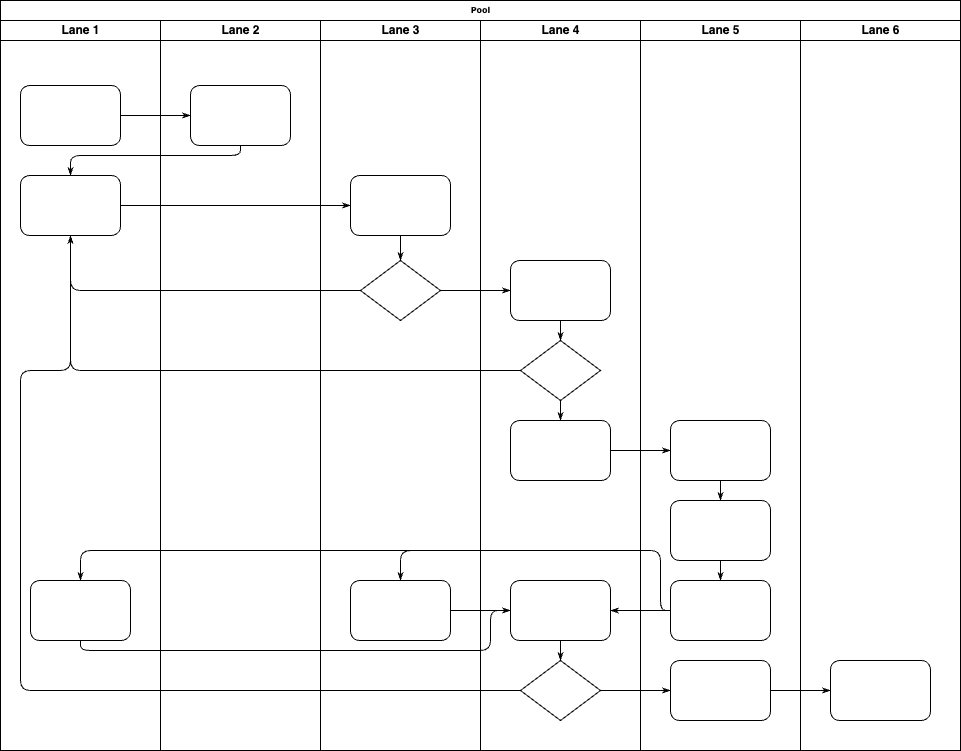
This is resources/images/Untitled Diagram.drawio.png from andrewjmack/coronary-disease-predictive-model, a draw.io export, as it was before one commit. Source tidied: cells renumbered, new cells last; positions are measured from the earlier drawing's top-left corner, leaving out a move shared by most shapes.
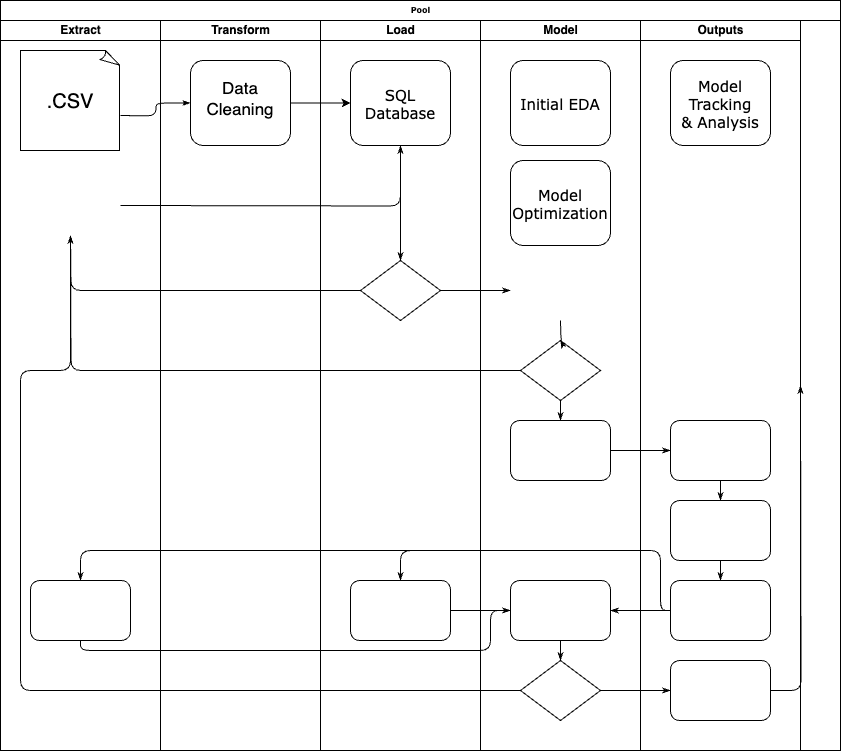
After the commit.

Diff of the diagram source:
```diff
@@ -3,42 +3,43 @@
     <mxCell id="0" />
     <mxCell id="1" parent="0" />
     <mxCell id="2" value="Pool" style="swimlane;html=1;startSize=20;rounded=0;shadow=0;labelBackgroundColor=none;strokeWidth=1;fontFamily=Verdana;fontSize=8;align=center;" parent="1" vertex="1">
-      <mxGeometry width="960" height="750" as="geometry" />
+      <mxGeometry width="840" height="750" as="geometry" />
     </mxCell>
-    <mxCell id="3" value="Lane 1" style="swimlane;html=1;startSize=20;" parent="2" vertex="1">
+    <mxCell id="3" value="Extract" style="swimlane;html=1;startSize=20;" parent="2" vertex="1">
       <mxGeometry y="20" width="160" height="730" as="geometry" />
     </mxCell>
-    <mxCell id="4" style="rounded=1;whiteSpace=wrap;html=1;shadow=0;labelBackgroundColor=none;strokeWidth=1;fontFamily=Verdana;fontSize=8;align=center;" parent="3" vertex="1">
-      <mxGeometry x="20" y="65" width="100" height="60" as="geometry" />
-    </mxCell>
-    <mxCell id="5" style="rounded=1;whiteSpace=wrap;html=1;shadow=0;labelBackgroundColor=none;strokeWidth=1;fontFamily=Verdana;fontSize=8;align=center;" parent="3" vertex="1">
-      <mxGeometry x="20" y="155" width="100" height="60" as="geometry" />
-    </mxCell>
     <mxCell id="6" style="rounded=1;whiteSpace=wrap;html=1;shadow=0;labelBackgroundColor=none;strokeWidth=1;fontFamily=Verdana;fontSize=8;align=center;" parent="3" vertex="1">
       <mxGeometry x="30" y="560" width="100" height="60" as="geometry" />
     </mxCell>
+    <mxCell id="47" style="whiteSpace=wrap;html=1;shape=mxgraph.basic.document;" parent="3" vertex="1">
+      <mxGeometry x="20" y="30" width="100" height="100" as="geometry" />
+    </mxCell>
+    <mxCell id="48" value="&lt;font style=&quot;font-size: 20px;&quot;&gt;.CSV&lt;/font&gt;" style="text;strokeColor=none;align=center;fillColor=none;html=1;verticalAlign=middle;whiteSpace=wrap;rounded=0;" parent="3" vertex="1">
+      <mxGeometry x="20" y="51" width="100" height="60" as="geometry" />
+    </mxCell>
-    <mxCell id="7" style="edgeStyle=orthogonalEdgeStyle;rounded=1;html=1;labelBackgroundColor=none;startArrow=none;startFill=0;startSize=5;endArrow=classicThin;endFill=1;endSize=5;jettySize=auto;strokeWidth=1;fontFamily=Verdana;fontSize=8;" parent="2" edge="1" source="4" target="23">
-      <mxGeometry relative="1" as="geometry" />
+    <mxCell id="7" style="edgeStyle=orthogonalEdgeStyle;rounded=1;html=1;labelBackgroundColor=none;startArrow=none;startFill=0;startSize=5;endArrow=classicThin;endFill=1;endSize=5;jettySize=auto;strokeWidth=1;fontFamily=Verdana;fontSize=8;" parent="2" edge="1" target="23">
+      <mxGeometry relative="1" as="geometry">
+        <mxPoint x="120" y="115" as="sourcePoint" />
+      </mxGeometry>
     </mxCell>
-    <mxCell id="8" style="edgeStyle=orthogonalEdgeStyle;rounded=1;html=1;labelBackgroundColor=none;startArrow=none;startFill=0;startSize=5;endArrow=classicThin;endFill=1;endSize=5;jettySize=auto;strokeWidth=1;fontFamily=Verdana;fontSize=8;" parent="2" edge="1" source="23" target="5">
-      <mxGeometry relative="1" as="geometry">
-        <Array as="points">
-          <mxPoint x="240" y="155" />
-          <mxPoint x="70" y="155" />
-        </Array>
-      </mxGeometry>
-    </mxCell>
-    <mxCell id="9" style="edgeStyle=orthogonalEdgeStyle;rounded=1;html=1;labelBackgroundColor=none;startArrow=none;startFill=0;startSize=5;endArrow=classicThin;endFill=1;endSize=5;jettySize=auto;strokeWidth=1;fontFamily=Verdana;fontSize=8;" parent="2" edge="1" source="5" target="25">
-      <mxGeometry relative="1" as="geometry" />
+    <mxCell id="9" style="edgeStyle=orthogonalEdgeStyle;rounded=1;html=1;labelBackgroundColor=none;startArrow=none;startFill=0;startSize=5;endArrow=classicThin;endFill=1;endSize=5;jettySize=auto;strokeWidth=1;fontFamily=Verdana;fontSize=8;" parent="2" edge="1" target="25">
+      <mxGeometry relative="1" as="geometry">
+        <mxPoint x="120" y="205" as="sourcePoint" />
+      </mxGeometry>
     </mxCell>
-    <mxCell id="10" style="edgeStyle=orthogonalEdgeStyle;rounded=1;html=1;labelBackgroundColor=none;startArrow=none;startFill=0;startSize=5;endArrow=classicThin;endFill=1;endSize=5;jettySize=auto;strokeWidth=1;fontFamily=Verdana;fontSize=8;" parent="2" edge="1" source="26" target="5">
-      <mxGeometry relative="1" as="geometry" />
+    <mxCell id="10" style="edgeStyle=orthogonalEdgeStyle;rounded=1;html=1;labelBackgroundColor=none;startArrow=none;startFill=0;startSize=5;endArrow=classicThin;endFill=1;endSize=5;jettySize=auto;strokeWidth=1;fontFamily=Verdana;fontSize=8;" parent="2" edge="1" source="26">
+      <mxGeometry relative="1" as="geometry">
+        <mxPoint x="70" y="235" as="targetPoint" />
+      </mxGeometry>
     </mxCell>
-    <mxCell id="11" style="edgeStyle=orthogonalEdgeStyle;rounded=1;html=1;labelBackgroundColor=none;startArrow=none;startFill=0;startSize=5;endArrow=classicThin;endFill=1;endSize=5;jettySize=auto;strokeWidth=1;fontFamily=Verdana;fontSize=8;" parent="2" edge="1" source="31" target="5">
-      <mxGeometry relative="1" as="geometry" />
+    <mxCell id="11" style="edgeStyle=orthogonalEdgeStyle;rounded=1;html=1;labelBackgroundColor=none;startArrow=none;startFill=0;startSize=5;endArrow=classicThin;endFill=1;endSize=5;jettySize=auto;strokeWidth=1;fontFamily=Verdana;fontSize=8;" parent="2" edge="1" source="31">
+      <mxGeometry relative="1" as="geometry">
+        <mxPoint x="70" y="235" as="targetPoint" />
+      </mxGeometry>
     </mxCell>
-    <mxCell id="12" style="edgeStyle=orthogonalEdgeStyle;rounded=1;html=1;labelBackgroundColor=none;startArrow=none;startFill=0;startSize=5;endArrow=classicThin;endFill=1;endSize=5;jettySize=auto;strokeWidth=1;fontFamily=Verdana;fontSize=8;" parent="2" edge="1" source="34" target="5">
+    <mxCell id="12" style="edgeStyle=orthogonalEdgeStyle;rounded=1;html=1;labelBackgroundColor=none;startArrow=none;startFill=0;startSize=5;endArrow=classicThin;endFill=1;endSize=5;jettySize=auto;strokeWidth=1;fontFamily=Verdana;fontSize=8;" parent="2" edge="1" source="34">
       <mxGeometry relative="1" as="geometry">
+        <mxPoint x="70" y="235" as="targetPoint" />
         <Array as="points">
           <mxPoint x="20" y="690" />
           <mxPoint x="20" y="370" />
@@ -46,14 +47,18 @@
         </Array>
       </mxGeometry>
     </mxCell>
-    <mxCell id="13" style="edgeStyle=orthogonalEdgeStyle;rounded=1;html=1;labelBackgroundColor=none;startArrow=none;startFill=0;startSize=5;endArrow=classicThin;endFill=1;endSize=5;jettySize=auto;strokeWidth=1;fontFamily=Verdana;fontSize=8;" parent="2" edge="1" source="26" target="30">
-      <mxGeometry relative="1" as="geometry" />
+    <mxCell id="13" style="edgeStyle=orthogonalEdgeStyle;rounded=1;html=1;labelBackgroundColor=none;startArrow=none;startFill=0;startSize=5;endArrow=classicThin;endFill=1;endSize=5;jettySize=auto;strokeWidth=1;fontFamily=Verdana;fontSize=8;" parent="2" edge="1" source="26">
+      <mxGeometry relative="1" as="geometry">
+        <mxPoint x="510" y="290" as="targetPoint" />
+      </mxGeometry>
     </mxCell>
     <mxCell id="14" style="edgeStyle=orthogonalEdgeStyle;rounded=1;html=1;labelBackgroundColor=none;startArrow=none;startFill=0;startSize=5;endArrow=classicThin;endFill=1;endSize=5;jettySize=auto;strokeWidth=1;fontFamily=Verdana;fontSize=8;" parent="2" edge="1" source="34" target="42">
       <mxGeometry relative="1" as="geometry" />
     </mxCell>
-    <mxCell id="15" style="edgeStyle=orthogonalEdgeStyle;rounded=1;html=1;labelBackgroundColor=none;startArrow=none;startFill=0;startSize=5;endArrow=classicThin;endFill=1;endSize=5;jettySize=auto;strokeWidth=1;fontFamily=Verdana;fontSize=8;" parent="2" edge="1" source="42" target="46">
-      <mxGeometry relative="1" as="geometry" />
+    <mxCell id="15" style="edgeStyle=orthogonalEdgeStyle;rounded=1;html=1;labelBackgroundColor=none;startArrow=none;startFill=0;startSize=5;endArrow=classicThin;endFill=1;endSize=5;jettySize=auto;strokeWidth=1;fontFamily=Verdana;fontSize=8;" parent="2" edge="1" source="42">
+      <mxGeometry relative="1" as="geometry">
+        <mxPoint x="800" y="385" as="targetPoint" />
+      </mxGeometry>
     </mxCell>
     <mxCell id="16" style="edgeStyle=orthogonalEdgeStyle;rounded=1;html=1;labelBackgroundColor=none;startArrow=none;startFill=0;startSize=5;endArrow=classicThin;endFill=1;endSize=5;jettySize=auto;strokeWidth=1;fontFamily=Verdana;fontSize=8;" parent="2" edge="1" source="32" target="39">
       <mxGeometry relative="1" as="geometry" />
@@ -91,17 +96,20 @@
     <mxCell id="21" style="edgeStyle=orthogonalEdgeStyle;rounded=1;html=1;labelBackgroundColor=none;startArrow=none;startFill=0;startSize=5;endArrow=classicThin;endFill=1;endSize=5;jettySize=auto;strokeWidth=1;fontFamily=Verdana;fontSize=8;" parent="2" edge="1" source="27" target="33">
       <mxGeometry relative="1" as="geometry" />
     </mxCell>
-    <mxCell id="22" value="Lane 2" style="swimlane;html=1;startSize=20;" parent="2" vertex="1">
+    <mxCell id="22" value="Transform" style="swimlane;html=1;startSize=20;" parent="2" vertex="1">
       <mxGeometry x="160" y="20" width="160" height="730" as="geometry" />
     </mxCell>
     <mxCell id="23" style="rounded=1;whiteSpace=wrap;html=1;shadow=0;labelBackgroundColor=none;strokeWidth=1;fontFamily=Verdana;fontSize=8;align=center;" parent="22" vertex="1">
-      <mxGeometry x="30" y="65" width="100" height="60" as="geometry" />
+      <mxGeometry x="30" y="40" width="100" height="85" as="geometry" />
     </mxCell>
+    <mxCell id="49" value="Data Cleaning" style="text;strokeColor=none;align=center;fillColor=none;html=1;verticalAlign=middle;whiteSpace=wrap;rounded=0;fontSize=17;" parent="22" vertex="1">
+      <mxGeometry x="50" y="63" width="60" height="30" as="geometry" />
+    </mxCell>
-    <mxCell id="24" value="Lane 3" style="swimlane;html=1;startSize=20;" parent="2" vertex="1">
+    <mxCell id="24" value="Load" style="swimlane;html=1;startSize=20;" parent="2" vertex="1">
       <mxGeometry x="320" y="20" width="160" height="730" as="geometry" />
     </mxCell>
-    <mxCell id="25" style="rounded=1;whiteSpace=wrap;html=1;shadow=0;labelBackgroundColor=none;strokeWidth=1;fontFamily=Verdana;fontSize=8;align=center;" parent="24" vertex="1">
-      <mxGeometry x="30" y="155" width="100" height="60" as="geometry" />
+    <mxCell id="25" value="SQL Database" style="rounded=1;whiteSpace=wrap;html=1;shadow=0;labelBackgroundColor=none;strokeWidth=1;fontFamily=Verdana;fontSize=15;align=center;" parent="24" vertex="1">
+      <mxGeometry x="30" y="40" width="100" height="85" as="geometry" />
     </mxCell>
     <mxCell id="26" style="rhombus;whiteSpace=wrap;html=1;rounded=0;shadow=0;labelBackgroundColor=none;strokeWidth=1;fontFamily=Verdana;fontSize=8;align=center;" parent="24" vertex="1">
       <mxGeometry x="40" y="240" width="80" height="60" as="geometry" />
@@ -112,12 +120,9 @@
     <mxCell id="28" style="edgeStyle=orthogonalEdgeStyle;rounded=1;html=1;labelBackgroundColor=none;startArrow=none;startFill=0;startSize=5;endArrow=classicThin;endFill=1;endSize=5;jettySize=auto;strokeWidth=1;fontFamily=Verdana;fontSize=8;" parent="24" edge="1" source="25" target="26">
       <mxGeometry relative="1" as="geometry" />
     </mxCell>
-    <mxCell id="29" value="Lane 4" style="swimlane;html=1;startSize=20;" parent="2" vertex="1">
+    <mxCell id="29" value="Model" style="swimlane;html=1;startSize=20;" parent="2" vertex="1">
       <mxGeometry x="480" y="20" width="160" height="730" as="geometry" />
     </mxCell>
-    <mxCell id="30" style="rounded=1;whiteSpace=wrap;html=1;shadow=0;labelBackgroundColor=none;strokeWidth=1;fontFamily=Verdana;fontSize=8;align=center;" parent="29" vertex="1">
-      <mxGeometry x="30" y="240" width="100" height="60" as="geometry" />
-    </mxCell>
     <mxCell id="31" style="rhombus;whiteSpace=wrap;html=1;rounded=0;shadow=0;labelBackgroundColor=none;strokeWidth=1;fontFamily=Verdana;fontSize=8;align=center;" parent="29" vertex="1">
       <mxGeometry x="40" y="320" width="80" height="60" as="geometry" />
     </mxCell>
@@ -130,8 +135,10 @@
     <mxCell id="34" style="rhombus;whiteSpace=wrap;html=1;rounded=0;shadow=0;labelBackgroundColor=none;strokeWidth=1;fontFamily=Verdana;fontSize=8;align=center;" parent="29" vertex="1">
       <mxGeometry x="40" y="640" width="80" height="60" as="geometry" />
     </mxCell>
-    <mxCell id="35" style="edgeStyle=orthogonalEdgeStyle;rounded=1;html=1;labelBackgroundColor=none;startArrow=none;startFill=0;startSize=5;endArrow=classicThin;endFill=1;endSize=5;jettySize=auto;strokeColor=#000000;strokeWidth=1;fontFamily=Verdana;fontSize=8;fontColor=#000000;" parent="29" edge="1" source="30" target="31">
-      <mxGeometry relative="1" as="geometry" />
+    <mxCell id="35" style="edgeStyle=orthogonalEdgeStyle;rounded=1;html=1;labelBackgroundColor=none;startArrow=none;startFill=0;startSize=5;endArrow=classicThin;endFill=1;endSize=5;jettySize=auto;strokeColor=#000000;strokeWidth=1;fontFamily=Verdana;fontSize=8;fontColor=#000000;" parent="29" edge="1" target="31">
+      <mxGeometry relative="1" as="geometry">
+        <mxPoint x="80" y="300" as="sourcePoint" />
+      </mxGeometry>
     </mxCell>
     <mxCell id="36" style="edgeStyle=orthogonalEdgeStyle;rounded=1;html=1;labelBackgroundColor=none;startArrow=none;startFill=0;startSize=5;endArrow=classicThin;endFill=1;endSize=5;jettySize=auto;strokeWidth=1;fontFamily=Verdana;fontSize=8;" parent="29" edge="1" source="31" target="32">
       <mxGeometry relative="1" as="geometry" />
@@ -139,7 +146,13 @@
     <mxCell id="37" style="edgeStyle=orthogonalEdgeStyle;rounded=1;html=1;labelBackgroundColor=none;startArrow=none;startFill=0;startSize=5;endArrow=classicThin;endFill=1;endSize=5;jettySize=auto;strokeWidth=1;fontFamily=Verdana;fontSize=8;" parent="29" edge="1" source="33" target="34">
       <mxGeometry relative="1" as="geometry" />
     </mxCell>
+    <mxCell id="50" value="Initial EDA" style="rounded=1;whiteSpace=wrap;html=1;shadow=0;labelBackgroundColor=none;strokeWidth=1;fontFamily=Verdana;fontSize=15;align=center;" parent="29" vertex="1">
+      <mxGeometry x="30" y="40" width="100" height="85" as="geometry" />
+    </mxCell>
+    <mxCell id="51" value="Model Optimization" style="rounded=1;whiteSpace=wrap;html=1;shadow=0;labelBackgroundColor=none;strokeWidth=1;fontFamily=Verdana;fontSize=15;align=center;" parent="29" vertex="1">
+      <mxGeometry x="30" y="140" width="100" height="85" as="geometry" />
+    </mxCell>
-    <mxCell id="38" value="Lane 5" style="swimlane;html=1;startSize=20;" parent="2" vertex="1">
+    <mxCell id="38" value="Outputs" style="swimlane;html=1;startSize=20;" parent="2" vertex="1">
       <mxGeometry x="640" y="20" width="160" height="730" as="geometry" />
     </mxCell>
     <mxCell id="39" style="rounded=1;whiteSpace=wrap;html=1;shadow=0;labelBackgroundColor=none;strokeWidth=1;fontFamily=Verdana;fontSize=8;align=center;" parent="38" vertex="1">
@@ -160,11 +173,11 @@
     <mxCell id="44" style="edgeStyle=orthogonalEdgeStyle;rounded=1;html=1;labelBackgroundColor=none;startArrow=none;startFill=0;startSize=5;endArrow=classicThin;endFill=1;endSize=5;jettySize=auto;strokeWidth=1;fontFamily=Verdana;fontSize=8;" parent="38" edge="1" source="40" target="41">
       <mxGeometry relative="1" as="geometry" />
     </mxCell>
-    <mxCell id="45" value="Lane 6" style="swimlane;html=1;startSize=20;" parent="2" vertex="1">
-      <mxGeometry x="800" y="20" width="160" height="730" as="geometry" />
-    </mxCell>
-    <mxCell id="46" style="rounded=1;whiteSpace=wrap;html=1;shadow=0;labelBackgroundColor=none;strokeWidth=1;fontFamily=Verdana;fontSize=8;align=center;" parent="45" vertex="1">
-      <mxGeometry x="30" y="640" width="100" height="60" as="geometry" />
-    </mxCell>
+    <mxCell id="52" value="Model Tracking&lt;div&gt;&amp;amp; Analysis&lt;/div&gt;" style="rounded=1;whiteSpace=wrap;html=1;shadow=0;labelBackgroundColor=none;strokeWidth=1;fontFamily=Verdana;fontSize=15;align=center;" parent="38" vertex="1">
+      <mxGeometry x="30" y="40" width="100" height="85" as="geometry" />
+    </mxCell>
+    <mxCell id="53" style="edgeStyle=orthogonalEdgeStyle;rounded=0;jettySize=auto;html=1;" parent="2" edge="1" source="23" target="25">
+      <mxGeometry relative="1" as="geometry" />
+    </mxCell>
   </root>
 </mxGraphModel>
```
